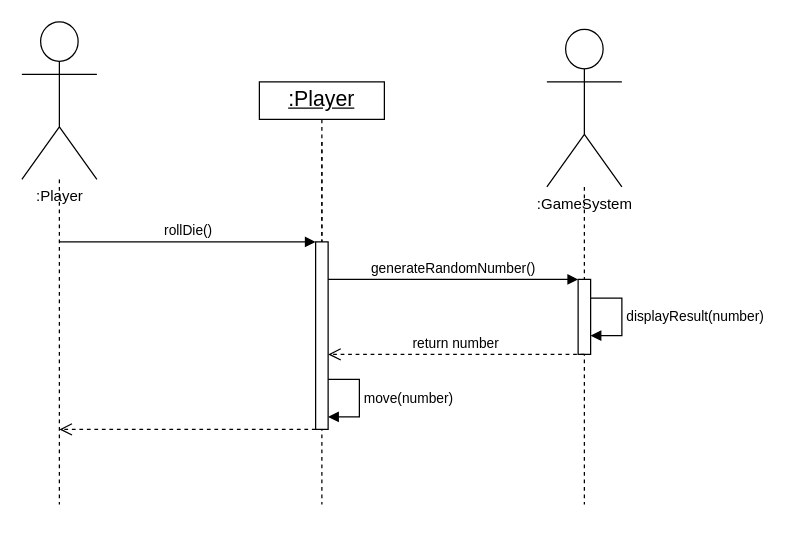
This is page "Move Player" (2 of 5) of Deliverables/Semester 1/PDF Report/Diagrams/Sequence Diagrams/Peter's Sequence diagrams.drawio from Xelodico/engineers-without-borders, a draw.io file, before an edit. Source tidied: cells renumbered, new cells numbered last; positions are measured from the earlier drawing's top-left corner, leaving out a move shared by most shapes. Both pictures are drawn from the tidied source at 125%, with x=0, y=0 at pixel (21, 21).
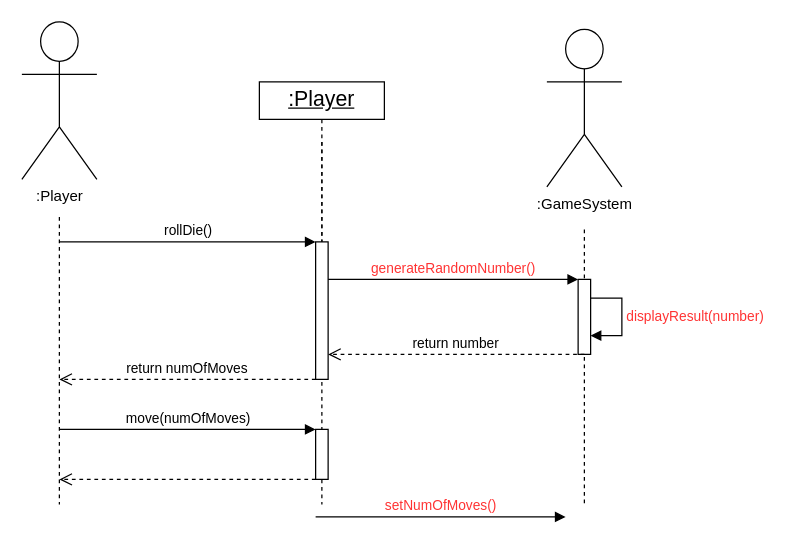
The same diagram, later.

Unchanged cells that the change refers to:
```xml
<mxCell id="3" value=":Player" style="shape=umlActor;verticalLabelPosition=bottom;verticalAlign=top;html=1;outlineConnect=0;" parent="1" vertex="1">
  <mxGeometry width="60" height="126" as="geometry" />
</mxCell>
<mxCell id="10" value=":GameSystem" style="shape=umlActor;verticalLabelPosition=bottom;verticalAlign=top;html=1;outlineConnect=0;" parent="1" vertex="1">
  <mxGeometry x="420" y="6" width="60" height="126" as="geometry" />
</mxCell>
<mxCell id="12" style="html=1;points=[[0,0,0,0,5],[0,1,0,0,-5],[1,0,0,0,5],[1,1,0,0,-5]];perimeter=orthogonalPerimeter;outlineConnect=0;targetShapes=umlLifeline;portConstraint=eastwest;newEdgeStyle={&quot;curved&quot;:0,&quot;rounded&quot;:0};" parent="1" vertex="1">
  <mxGeometry x="445" y="206" width="10" height="60" as="geometry" />
</mxCell>
```

Change to the diagram source:
```diff
@@
-    <mxCell id="2" style="edgeStyle=orthogonalEdgeStyle;rounded=0;jettySize=auto;html=1;dashed=1;endArrow=none;endFill=0;" parent="1" edge="1" source="3">
+    <mxCell id="2" style="edgeStyle=orthogonalEdgeStyle;rounded=0;orthogonalLoop=1;jettySize=auto;html=1;dashed=1;endArrow=none;endFill=0;" parent="1" edge="1">
       <mxGeometry relative="1" as="geometry">
+        <mxPoint x="30" y="156" as="sourcePoint" />
         <mxPoint x="30" y="386" as="targetPoint" />
       </mxGeometry>
     </mxCell>
@@
-    <mxCell id="7" style="html=1;verticalAlign=bottom;endArrow=open;dashed=1;endSize=8;curved=0;rounded=0;" parent="1" edge="1" source="9">
+    <mxCell id="7" value="return numOfMoves" style="html=1;verticalAlign=bottom;endArrow=open;dashed=1;endSize=8;curved=0;rounded=0;" parent="1" edge="1">
       <mxGeometry relative="1" as="geometry">
-        <mxPoint x="30" y="326" as="targetPoint" />
+        <mxPoint x="235" y="286" as="sourcePoint" />
+        <mxPoint x="30" y="286" as="targetPoint" />
       </mxGeometry>
     </mxCell>
@@
     <mxCell id="9" style="html=1;points=[[0,0,0,0,5],[0,1,0,0,-5],[1,0,0,0,5],[1,1,0,0,-5]];perimeter=orthogonalPerimeter;outlineConnect=0;targetShapes=umlLifeline;portConstraint=eastwest;newEdgeStyle={&quot;curved&quot;:0,&quot;rounded&quot;:0};" parent="1" vertex="1">
-      <mxGeometry x="235" y="176" width="10" height="150" as="geometry" />
+      <mxGeometry x="235" y="176" width="10" height="110" as="geometry" />
     </mxCell>
@@
-    <mxCell id="11" style="edgeStyle=orthogonalEdgeStyle;rounded=0;jettySize=auto;html=1;dashed=1;endArrow=none;endFill=0;" parent="1" edge="1" source="10">
+    <mxCell id="11" style="edgeStyle=orthogonalEdgeStyle;rounded=0;orthogonalLoop=1;jettySize=auto;html=1;dashed=1;endArrow=none;endFill=0;" parent="1" edge="1">
       <mxGeometry relative="1" as="geometry">
+        <mxPoint x="450" y="166" as="sourcePoint" />
         <mxPoint x="450" y="386" as="targetPoint" />
       </mxGeometry>
     </mxCell>
@@
-    <mxCell id="13" value="generateRandomNumber()" style="html=1;verticalAlign=bottom;endArrow=block;curved=0;rounded=0;" parent="1" edge="1" target="12">
+    <mxCell id="13" value="&lt;font color=&quot;#ff3333&quot;&gt;generateRandomNumber()&lt;/font&gt;" style="html=1;verticalAlign=bottom;endArrow=block;curved=0;rounded=0;" parent="1" edge="1" target="12">
       <mxGeometry relative="1" as="geometry">
         <mxPoint x="245" y="206" as="sourcePoint" />
       </mxGeometry>
     </mxCell>
@@
-    <mxCell id="15" value="move(number)" style="html=1;align=left;spacingLeft=2;endArrow=block;rounded=0;edgeStyle=orthogonalEdgeStyle;curved=0;rounded=0;" parent="1" edge="1">
-      <mxGeometry relative="1" as="geometry">
-        <mxPoint x="245" y="286" as="sourcePoint" />
-        <mxPoint x="245" y="316" as="targetPoint" />
-        <Array as="points">
-          <mxPoint x="270" y="316" />
-        </Array>
-      </mxGeometry>
-    </mxCell>
-    <mxCell id="16" value="displayResult(number)" style="html=1;align=left;spacingLeft=2;endArrow=block;rounded=0;edgeStyle=orthogonalEdgeStyle;curved=0;rounded=0;" parent="1" edge="1">
+    <mxCell id="16" value="displayResult(number)" style="html=1;align=left;spacingLeft=2;endArrow=block;rounded=0;edgeStyle=orthogonalEdgeStyle;curved=0;rounded=0;fontColor=#FF3333;" parent="1" edge="1">
       <mxGeometry relative="1" as="geometry">
         <mxPoint x="455" y="221" as="sourcePoint" />
         <mxPoint x="455" y="251" as="targetPoint" />
         <Array as="points">
           <mxPoint x="480" y="251" />
         </Array>
       </mxGeometry>
     </mxCell>
+    <mxCell id="17" value="move(numOfMoves)" style="html=1;verticalAlign=bottom;endArrow=block;curved=0;rounded=0;" parent="1" edge="1">
+      <mxGeometry relative="1" as="geometry">
+        <mxPoint x="30" y="326" as="sourcePoint" />
+        <mxPoint x="235" y="326" as="targetPoint" />
+      </mxGeometry>
+    </mxCell>
+    <mxCell id="18" style="html=1;perimeter=orthogonalPerimeter;targetShapes=umlLifeline;newEdgeStyle={&quot;curved&quot;:0,&quot;rounded&quot;:0};" parent="1" vertex="1">
+      <mxGeometry x="235" y="326" width="10" height="40" as="geometry" />
+    </mxCell>
+    <mxCell id="19" style="html=1;verticalAlign=bottom;endArrow=open;dashed=1;endSize=8;curved=0;rounded=0;" parent="1" edge="1">
+      <mxGeometry relative="1" as="geometry">
+        <mxPoint x="235" y="366" as="sourcePoint" />
+        <mxPoint x="30" y="366" as="targetPoint" />
+      </mxGeometry>
+    </mxCell>
+    <mxCell id="20" value="&lt;font color=&quot;#ff3333&quot;&gt;setNumOfMoves()&lt;/font&gt;" style="html=1;verticalAlign=bottom;endArrow=block;curved=0;rounded=0;" parent="1" edge="1">
+      <mxGeometry relative="1" as="geometry">
+        <mxPoint x="235" y="396" as="sourcePoint" />
+        <mxPoint x="435" y="396" as="targetPoint" />
+      </mxGeometry>
+    </mxCell>
```
